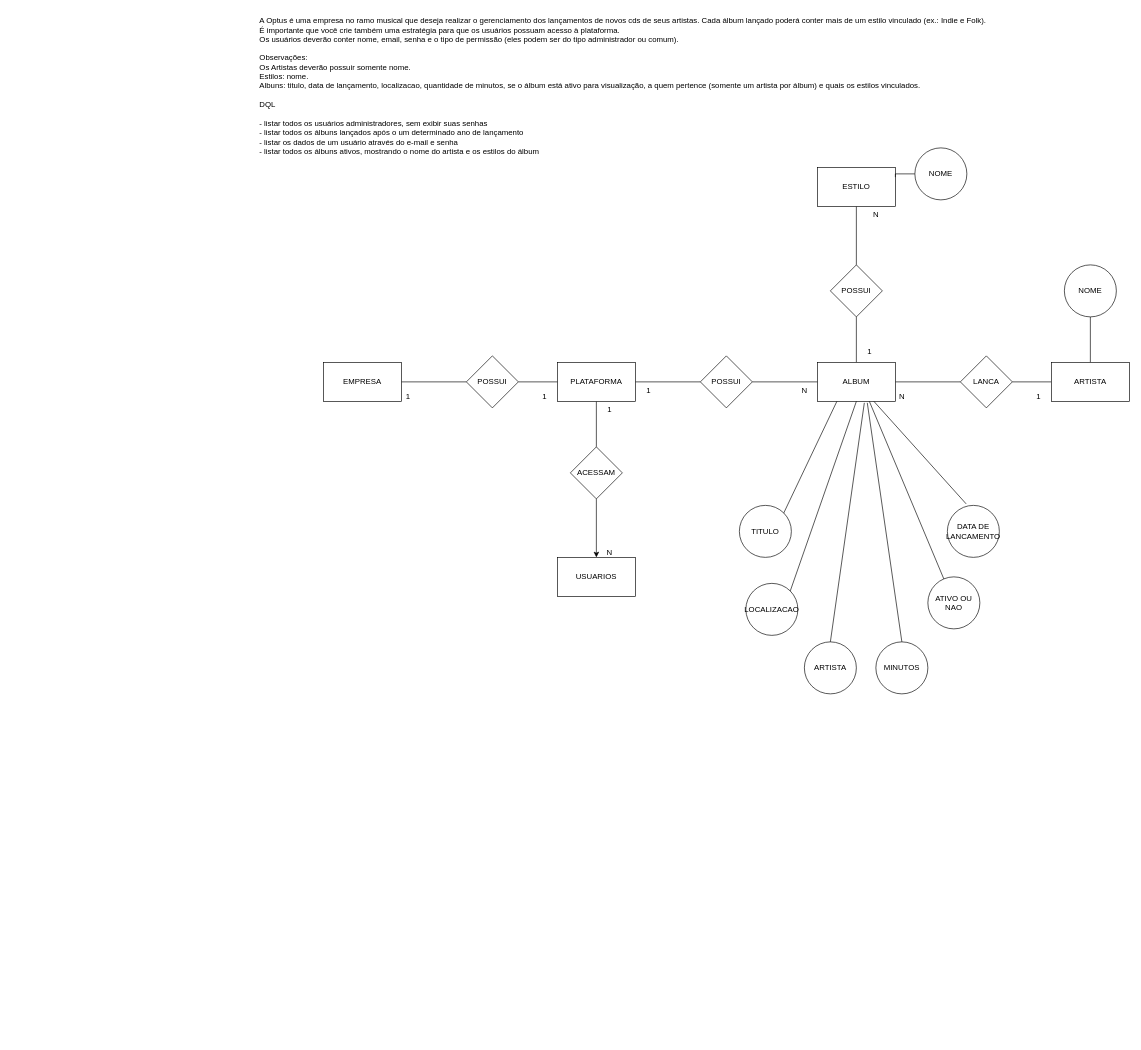
Earlier version of the draw.io diagram page "Página-5" (5 of 6) of Sprint1-BancoDeDados/Exercicios/draw.io.drawio (csayuriwz/SegundoSemestre-Senai). Source tidied: cells renumbered, new cells numbered last; positions are measured from the earlier drawing's top-left corner, leaving out a move shared by most shapes. Both pictures are drawn from the tidied source at 65%, with x=0, y=0 at pixel (258, 11).
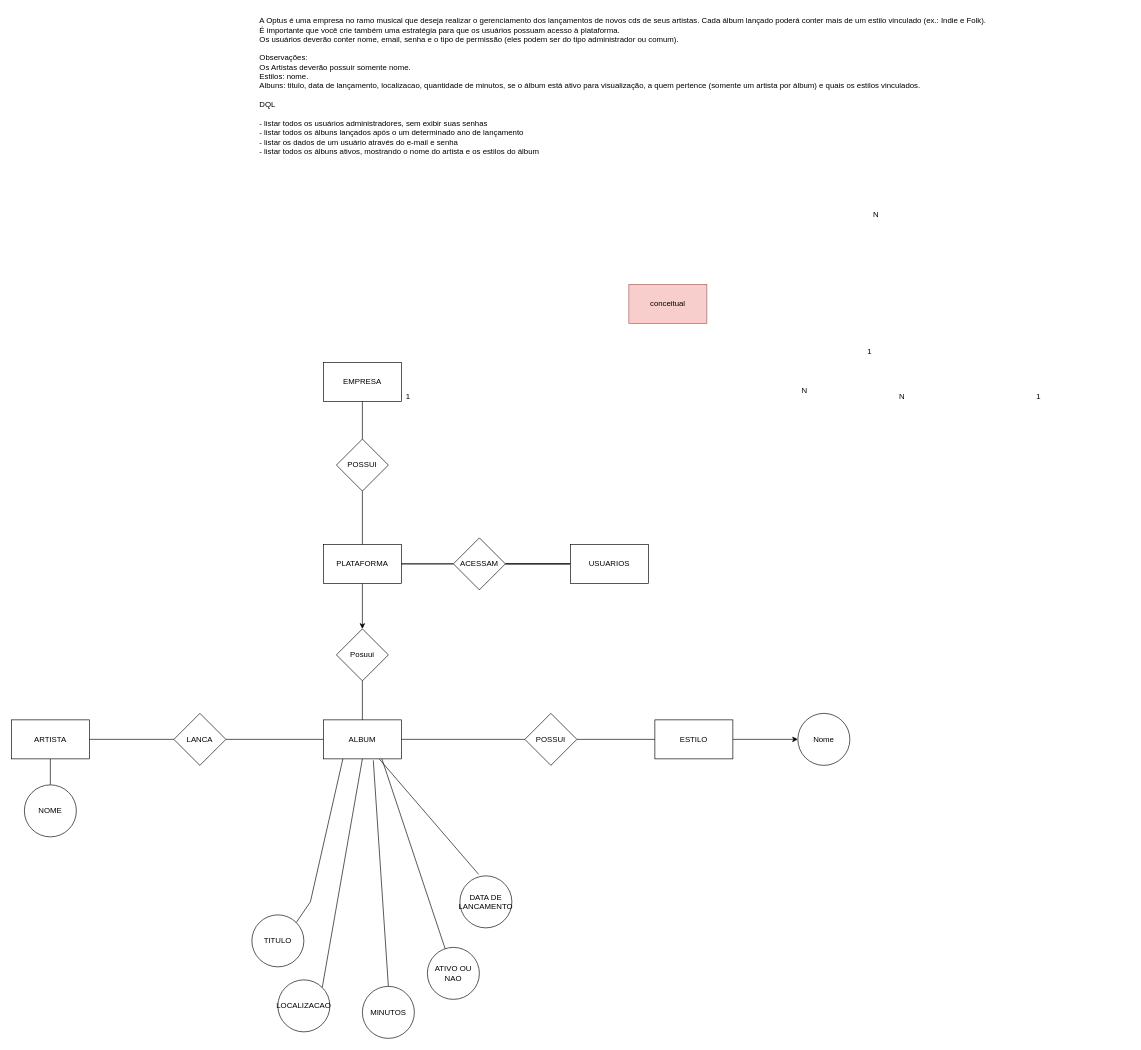
Above is the later version.

Diff of the diagram source:
```diff
@@
-    <mxCell id="5" style="edgeStyle=orthogonalEdgeStyle;rounded=0;jettySize=auto;html=1;endArrow=none;endFill=0;" parent="1" edge="1" source="7" target="14">
-      <mxGeometry relative="1" as="geometry" />
-    </mxCell>
-    <mxCell id="6" style="edgeStyle=orthogonalEdgeStyle;rounded=0;jettySize=auto;html=1;endArrow=none;endFill=0;" parent="1" edge="1" source="7" target="21">
+    <mxCell id="6" style="edgeStyle=orthogonalEdgeStyle;rounded=0;jettySize=auto;html=1;endArrow=none;endFill=0;" parent="1" edge="1" source="22" target="21">
       <mxGeometry relative="1" as="geometry" />
     </mxCell>
+    <mxCell id="50" style="edgeStyle=orthogonalEdgeStyle;rounded=0;jettySize=auto;html=1;" parent="1" edge="1" source="7" target="58">
+      <mxGeometry relative="1" as="geometry" />
+    </mxCell>
     <mxCell id="7" value="PLATAFORMA" style="whiteSpace=wrap;html=1;" parent="1" vertex="1">
-      <mxGeometry x="460" y="540" width="120" height="60" as="geometry" />
+      <mxGeometry x="100" y="820" width="120" height="60" as="geometry" />
     </mxCell>
@@
     <mxCell id="10" value="ALBUM" style="whiteSpace=wrap;html=1;" parent="1" vertex="1">
-      <mxGeometry x="860" y="540" width="120" height="60" as="geometry" />
+      <mxGeometry x="100" y="1090" width="120" height="60" as="geometry" />
     </mxCell>
-    <mxCell id="11" style="edgeStyle=orthogonalEdgeStyle;rounded=0;jettySize=auto;html=1;exitX=1;exitY=0.5;exitDx=0;exitDy=0;entryX=0;entryY=0.5;entryDx=0;entryDy=0;endArrow=none;endFill=0;" parent="1" edge="1" source="12" target="7">
-      <mxGeometry relative="1" as="geometry" />
-    </mxCell>
     <mxCell id="12" value="POSSUI" style="rhombus;whiteSpace=wrap;html=1;" parent="1" vertex="1">
-      <mxGeometry x="320" y="530" width="80" height="80" as="geometry" />
+      <mxGeometry x="120" y="658" width="80" height="80" as="geometry" />
     </mxCell>
-    <mxCell id="13" style="edgeStyle=orthogonalEdgeStyle;rounded=0;jettySize=auto;html=1;exitX=1;exitY=0.5;exitDx=0;exitDy=0;entryX=0;entryY=0.5;entryDx=0;entryDy=0;endArrow=none;endFill=0;" parent="1" edge="1" source="14" target="10">
-      <mxGeometry relative="1" as="geometry" />
-    </mxCell>
-    <mxCell id="14" value="POSSUI" style="rhombus;whiteSpace=wrap;html=1;" parent="1" vertex="1">
-      <mxGeometry x="680" y="530" width="80" height="80" as="geometry" />
-    </mxCell>
@@
     <mxCell id="16" value="LANCA" style="rhombus;whiteSpace=wrap;html=1;" parent="1" vertex="1">
-      <mxGeometry x="1080" y="530" width="80" height="80" as="geometry" />
+      <mxGeometry x="-130" y="1080" width="80" height="80" as="geometry" />
     </mxCell>
@@
     <mxCell id="18" value="ARTISTA" style="whiteSpace=wrap;html=1;" parent="1" vertex="1">
-      <mxGeometry x="1220" y="540" width="120" height="60" as="geometry" />
+      <mxGeometry x="-380" y="1090" width="120" height="60" as="geometry" />
     </mxCell>
     <mxCell id="19" value="NOME" style="ellipse;whiteSpace=wrap;html=1;" parent="1" vertex="1">
-      <mxGeometry x="1240" y="390" width="80" height="80" as="geometry" />
+      <mxGeometry x="-360" y="1190" width="80" height="80" as="geometry" />
     </mxCell>
-    <mxCell id="20" style="edgeStyle=orthogonalEdgeStyle;rounded=0;jettySize=auto;html=1;" parent="1" edge="1" source="21" target="22">
+    <mxCell id="20" style="edgeStyle=orthogonalEdgeStyle;rounded=0;jettySize=auto;html=1;endArrow=none;endFill=0;" parent="1" edge="1" source="21" target="22">
       <mxGeometry relative="1" as="geometry" />
     </mxCell>
-    <mxCell id="21" value="ACESSAM" style="rhombus;whiteSpace=wrap;html=1;" parent="1" vertex="1">
-      <mxGeometry x="480" y="670" width="80" height="80" as="geometry" />
-    </mxCell>
-    <mxCell id="22" value="USUARIOS" style="whiteSpace=wrap;html=1;" parent="1" vertex="1">
-      <mxGeometry x="460" y="840" width="120" height="60" as="geometry" />
-    </mxCell>
@@
     <mxCell id="24" value="POSSUI" style="rhombus;whiteSpace=wrap;html=1;" parent="1" vertex="1">
-      <mxGeometry x="880" y="390" width="80" height="80" as="geometry" />
+      <mxGeometry x="410" y="1080" width="80" height="80" as="geometry" />
     </mxCell>
+    <mxCell id="51" style="edgeStyle=orthogonalEdgeStyle;rounded=0;jettySize=auto;html=1;" parent="1" edge="1" source="25" target="57">
+      <mxGeometry relative="1" as="geometry" />
+    </mxCell>
     <mxCell id="25" value="ESTILO" style="whiteSpace=wrap;html=1;" parent="1" vertex="1">
-      <mxGeometry x="860" y="240" width="120" height="60" as="geometry" />
+      <mxGeometry x="610" y="1090" width="120" height="60" as="geometry" />
     </mxCell>
@@
-    <mxCell id="30" value="1" style="text;html=1;align=center;verticalAlign=middle;strokeColor=none;fillColor=none;" parent="1" vertex="1">
-      <mxGeometry x="585" y="568" width="30" height="30" as="geometry" />
-    </mxCell>
@@
-    <mxCell id="33" value="1" style="text;html=1;align=center;verticalAlign=middle;strokeColor=none;fillColor=none;" parent="1" vertex="1">
-      <mxGeometry x="425" y="578" width="30" height="30" as="geometry" />
-    </mxCell>
-    <mxCell id="34" value="1" style="text;html=1;align=center;verticalAlign=middle;strokeColor=none;fillColor=none;" parent="1" vertex="1">
-      <mxGeometry x="525" y="598" width="30" height="30" as="geometry" />
-    </mxCell>
@@
-    <mxCell id="36" style="edgeStyle=orthogonalEdgeStyle;rounded=0;jettySize=auto;html=1;exitX=0;exitY=0.5;exitDx=0;exitDy=0;entryX=1;entryY=0.25;entryDx=0;entryDy=0;endArrow=none;endFill=0;" parent="1" edge="1" source="37" target="25">
-      <mxGeometry relative="1" as="geometry" />
-    </mxCell>
-    <mxCell id="37" value="NOME" style="ellipse;whiteSpace=wrap;html=1;" parent="1" vertex="1">
-      <mxGeometry x="1010" y="210" width="80" height="80" as="geometry" />
-    </mxCell>
-    <mxCell id="38" value="ARTISTA" style="ellipse;whiteSpace=wrap;html=1;" parent="1" vertex="1">
-      <mxGeometry x="840" y="970" width="80" height="80" as="geometry" />
-    </mxCell>
     <mxCell id="39" value="LOCALIZACAO" style="ellipse;whiteSpace=wrap;html=1;" parent="1" vertex="1">
-      <mxGeometry x="750" y="880" width="80" height="80" as="geometry" />
+      <mxGeometry x="30" y="1490" width="80" height="80" as="geometry" />
     </mxCell>
     <mxCell id="40" value="MINUTOS" style="ellipse;whiteSpace=wrap;html=1;" parent="1" vertex="1">
-      <mxGeometry x="950" y="970" width="80" height="80" as="geometry" />
+      <mxGeometry x="160" y="1500" width="80" height="80" as="geometry" />
     </mxCell>
     <mxCell id="41" value="DATA DE LANCAMENTO" style="ellipse;whiteSpace=wrap;html=1;" parent="1" vertex="1">
-      <mxGeometry x="1060" y="760" width="80" height="80" as="geometry" />
+      <mxGeometry x="310" y="1330" width="80" height="80" as="geometry" />
     </mxCell>
     <mxCell id="42" value="TITULO" style="ellipse;whiteSpace=wrap;html=1;" parent="1" vertex="1">
-      <mxGeometry x="740" y="760" width="80" height="80" as="geometry" />
+      <mxGeometry x="-10" y="1390" width="80" height="80" as="geometry" />
     </mxCell>
     <mxCell id="43" value="ATIVO OU NAO" style="ellipse;whiteSpace=wrap;html=1;" parent="1" vertex="1">
-      <mxGeometry x="1030" y="870" width="80" height="80" as="geometry" />
+      <mxGeometry x="260" y="1440" width="80" height="80" as="geometry" />
     </mxCell>
     <mxCell id="44" style="endArrow=none;html=1;rounded=0;exitX=1;exitY=0;exitDx=0;exitDy=0;entryX=0.25;entryY=1;entryDx=0;entryDy=0;" parent="1" edge="1" source="42" target="10">
-      <mxGeometry relative="1" as="geometry" />
+      <mxGeometry relative="1" as="geometry">
+        <Array as="points">
+          <mxPoint x="80" y="1370" />
+        </Array>
+      </mxGeometry>
     </mxCell>
@@
-    <mxCell id="46" style="endArrow=none;html=1;rounded=0;exitX=0.5;exitY=0;exitDx=0;exitDy=0;entryX=0.602;entryY=1.038;entryDx=0;entryDy=0;entryPerimeter=0;" parent="1" edge="1" source="38" target="10">
-      <mxGeometry relative="1" as="geometry" />
-    </mxCell>
@@
-    <mxCell id="48" style="endArrow=none;html=1;rounded=0;" parent="1" edge="1" source="43">
-      <mxGeometry relative="1" as="geometry">
-        <mxPoint x="940" y="600" as="targetPoint" />
-      </mxGeometry>
+    <mxCell id="48" style="endArrow=none;html=1;rounded=0;entryX=0.75;entryY=1;entryDx=0;entryDy=0;" parent="1" edge="1" source="43" target="10">
+      <mxGeometry relative="1" as="geometry" />
     </mxCell>
@@
+    <mxCell id="52" value="conceitual" style="whiteSpace=wrap;html=1;fillColor=#f8cecc;strokeColor=#b85450;" parent="1" vertex="1">
+      <mxGeometry x="570" y="420" width="120" height="60" as="geometry" />
+    </mxCell>
+    <mxCell id="53" style="endArrow=none;html=1;rounded=0;entryX=0.5;entryY=1;entryDx=0;entryDy=0;" parent="1" edge="1" source="7" target="12">
+      <mxGeometry relative="1" as="geometry" />
+    </mxCell>
+    <mxCell id="54" style="edgeStyle=orthogonalEdgeStyle;rounded=0;jettySize=auto;html=1;endArrow=none;endFill=0;" parent="1" edge="1" source="7" target="21">
+      <mxGeometry relative="1" as="geometry" />
+    </mxCell>
+    <mxCell id="55" style="edgeStyle=orthogonalEdgeStyle;rounded=0;jettySize=auto;html=1;endArrow=none;endFill=0;" parent="1" edge="1" source="7" target="21">
+      <mxGeometry relative="1" as="geometry" />
+    </mxCell>
+    <mxCell id="21" value="ACESSAM" style="rhombus;whiteSpace=wrap;html=1;" parent="1" vertex="1">
+      <mxGeometry x="300" y="810" width="80" height="80" as="geometry" />
+    </mxCell>
+    <mxCell id="56" style="edgeStyle=orthogonalEdgeStyle;rounded=0;jettySize=auto;html=1;endArrow=none;endFill=0;" parent="1" edge="1" source="21" target="22">
+      <mxGeometry relative="1" as="geometry" />
+    </mxCell>
+    <mxCell id="22" value="USUARIOS" style="whiteSpace=wrap;html=1;" parent="1" vertex="1">
+      <mxGeometry x="480" y="820" width="120" height="60" as="geometry" />
+    </mxCell>
+    <mxCell id="57" value="Nome" style="ellipse;whiteSpace=wrap;html=1;" parent="1" vertex="1">
+      <mxGeometry x="830" y="1080" width="80" height="80" as="geometry" />
+    </mxCell>
+    <mxCell id="58" value="Posuui" style="rhombus;whiteSpace=wrap;html=1;" parent="1" vertex="1">
+      <mxGeometry x="120" y="950" width="80" height="80" as="geometry" />
+    </mxCell>
+    <mxCell id="59" style="endArrow=none;html=1;rounded=0;entryX=0.5;entryY=1;entryDx=0;entryDy=0;exitX=0.5;exitY=0;exitDx=0;exitDy=0;" parent="1" edge="1" source="10" target="58">
+      <mxGeometry relative="1" as="geometry" />
+    </mxCell>
```
